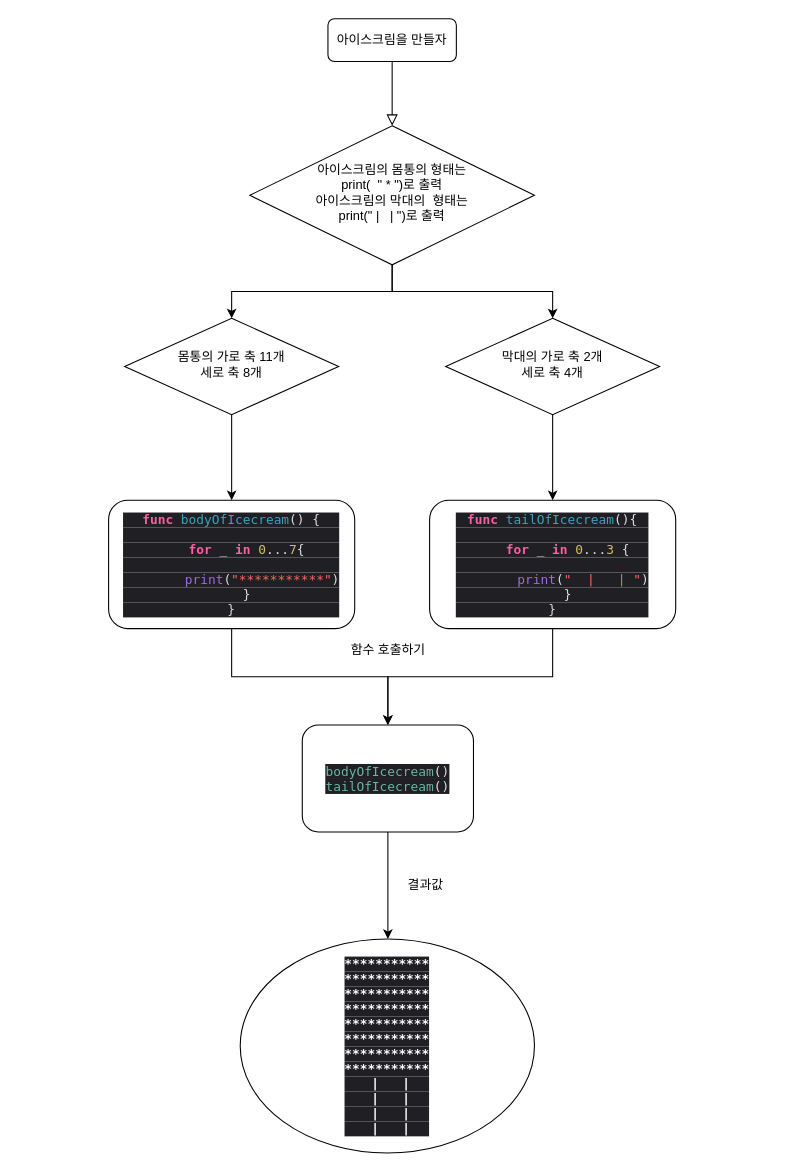
Earlier version of the draw.io diagram icecream.drawio (yagom-academy/swift-starter-Round1). Source tidied: cells renumbered, new cells numbered last; positions are measured from the earlier drawing's top-left corner, leaving out a move shared by most shapes. Both pictures are drawn from the tidied source at 107%, with x=0, y=0 at pixel (108, 18).
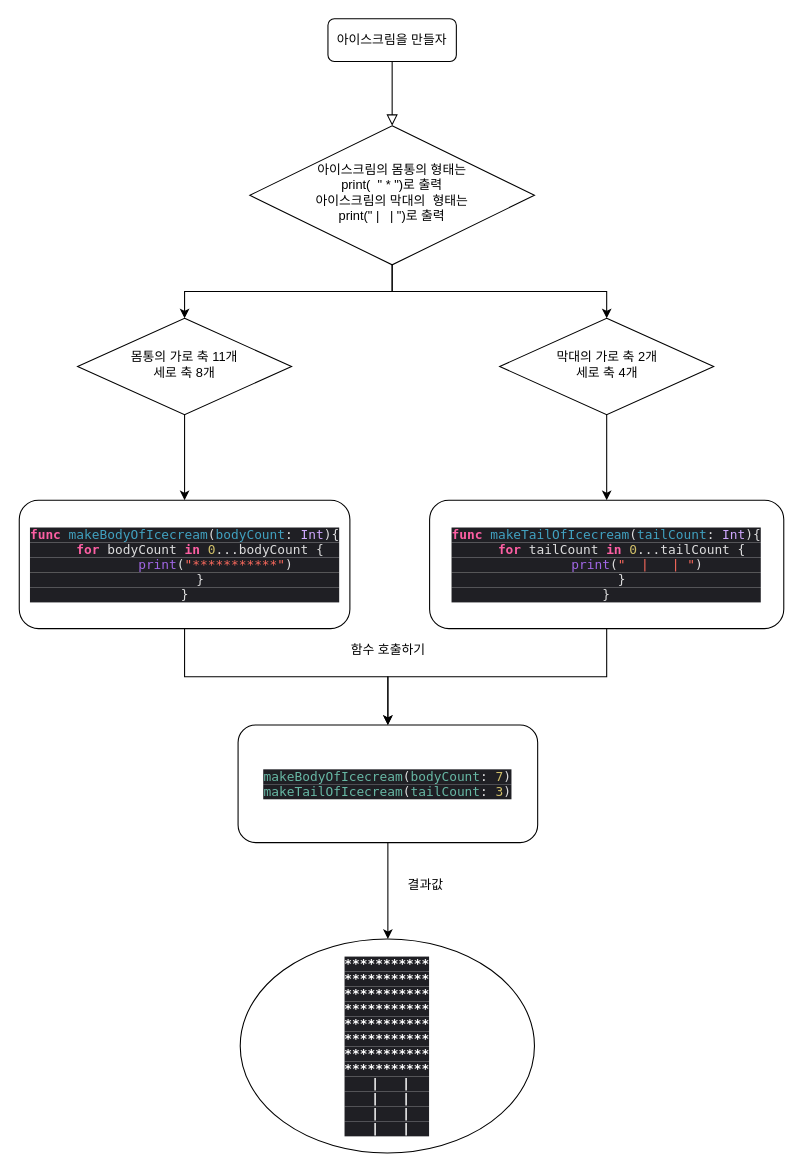
After the change.

The edit, as a diff of the source:
```diff
@@
     <mxCell id="8" value="몸통의 가로 축 11개&lt;br&gt;세로 축 8개" style="rhombus;whiteSpace=wrap;html=1;shadow=0;fontFamily=Helvetica;fontSize=12;align=center;strokeWidth=1;spacing=6;spacingTop=-4;" parent="1" vertex="1">
-      <mxGeometry x="15" y="280" width="200" height="90" as="geometry" />
+      <mxGeometry x="-29" y="280" width="200" height="90" as="geometry" />
     </mxCell>
@@
-    <mxCell id="10" value="&lt;p class=&quot;p1&quot; style=&quot;margin: 0px ; font-stretch: normal ; line-height: normal ; font-family: &amp;#34;menlo&amp;#34; ; color: rgb(65 , 161 , 192) ; background-color: rgb(31 , 31 , 36)&quot;&gt;&lt;span class=&quot;s1&quot; style=&quot;color: rgb(252 , 95 , 163)&quot;&gt;&lt;b&gt;func&lt;/b&gt;&lt;/span&gt;&lt;span class=&quot;s2&quot; style=&quot;color: rgba(255 , 255 , 255 , 0.85)&quot;&gt; &lt;/span&gt;bodyOfIcecream&lt;span class=&quot;s2&quot; style=&quot;color: rgba(255 , 255 , 255 , 0.85)&quot;&gt;() {&lt;/span&gt;&lt;/p&gt;&lt;p class=&quot;p2&quot; style=&quot;margin: 0px ; font-stretch: normal ; line-height: normal ; font-family: &amp;#34;menlo&amp;#34; ; color: rgba(255 , 255 , 255 , 0.85) ; background-color: rgb(31 , 31 , 36) ; min-height: 14px&quot;&gt;&lt;span class=&quot;Apple-converted-space&quot;&gt;&amp;nbsp;&amp;nbsp; &amp;nbsp;&lt;/span&gt;&lt;/p&gt;&lt;p class=&quot;p3&quot; style=&quot;margin: 0px ; font-stretch: normal ; line-height: normal ; font-family: &amp;#34;menlo&amp;#34; ; color: rgba(255 , 255 , 255 , 0.85) ; background-color: rgb(31 , 31 , 36)&quot;&gt;&lt;span class=&quot;Apple-converted-space&quot;&gt;&amp;nbsp; &amp;nbsp; &lt;/span&gt;&lt;span class=&quot;s1&quot; style=&quot;color: rgb(252 , 95 , 163)&quot;&gt;&lt;b&gt;for&lt;/b&gt;&lt;/span&gt; _ &lt;span class=&quot;s1&quot; style=&quot;color: rgb(252 , 95 , 163)&quot;&gt;&lt;b&gt;in&lt;/b&gt;&lt;/span&gt; &lt;span class=&quot;s3&quot; style=&quot;color: rgb(208 , 191 , 105)&quot;&gt;0&lt;/span&gt;...&lt;span class=&quot;s3&quot; style=&quot;color: rgb(208 , 191 , 105)&quot;&gt;7&lt;/span&gt;{&lt;/p&gt;&lt;p class=&quot;p2&quot; style=&quot;margin: 0px ; font-stretch: normal ; line-height: normal ; font-family: &amp;#34;menlo&amp;#34; ; color: rgba(255 , 255 , 255 , 0.85) ; background-color: rgb(31 , 31 , 36) ; min-height: 14px&quot;&gt;&lt;span class=&quot;Apple-converted-space&quot;&gt;&amp;nbsp;&amp;nbsp; &amp;nbsp; &amp;nbsp; &amp;nbsp;&lt;/span&gt;&lt;/p&gt;&lt;p class=&quot;p4&quot; style=&quot;margin: 0px ; font-stretch: normal ; line-height: normal ; font-family: &amp;#34;menlo&amp;#34; ; color: rgb(252 , 106 , 93) ; background-color: rgb(31 , 31 , 36)&quot;&gt;&lt;span class=&quot;s2&quot; style=&quot;color: rgba(255 , 255 , 255 , 0.85)&quot;&gt;&amp;nbsp; &amp;nbsp; &amp;nbsp; &amp;nbsp; &lt;/span&gt;&lt;span class=&quot;s4&quot; style=&quot;color: rgb(161 , 103 , 230)&quot;&gt;print&lt;/span&gt;&lt;span class=&quot;s2&quot; style=&quot;color: rgba(255 , 255 , 255 , 0.85)&quot;&gt;(&lt;/span&gt;&quot;***********&quot;&lt;span class=&quot;s2&quot; style=&quot;color: rgba(255 , 255 , 255 , 0.85)&quot;&gt;)&lt;/span&gt;&lt;/p&gt;&lt;p class=&quot;p3&quot; style=&quot;margin: 0px ; font-stretch: normal ; line-height: normal ; font-family: &amp;#34;menlo&amp;#34; ; color: rgba(255 , 255 , 255 , 0.85) ; background-color: rgb(31 , 31 , 36)&quot;&gt;&lt;span class=&quot;Apple-converted-space&quot;&gt;&amp;nbsp; &amp;nbsp; &lt;/span&gt;}&lt;/p&gt;&lt;p class=&quot;p3&quot; style=&quot;margin: 0px ; font-stretch: normal ; line-height: normal ; font-family: &amp;#34;menlo&amp;#34; ; color: rgba(255 , 255 , 255 , 0.85) ; background-color: rgb(31 , 31 , 36)&quot;&gt;}&lt;/p&gt;" style="rounded=1;whiteSpace=wrap;html=1;fontSize=12;glass=0;strokeWidth=1;shadow=0;" parent="1" vertex="1">
-      <mxGeometry y="450" width="230" height="120" as="geometry" />
+    <mxCell id="10" value="&lt;p class=&quot;p1&quot; style=&quot;margin: 0px ; font-stretch: normal ; line-height: normal ; font-family: &amp;#34;menlo&amp;#34; ; color: rgb(65 , 161 , 192) ; background-color: rgb(31 , 31 , 36)&quot;&gt;&lt;span class=&quot;s1&quot; style=&quot;color: rgb(252 , 95 , 163)&quot;&gt;&lt;b&gt;func&lt;/b&gt;&lt;/span&gt;&lt;span class=&quot;s2&quot; style=&quot;color: rgba(255 , 255 , 255 , 0.85)&quot;&gt; &lt;/span&gt;makeBodyOfIcecream&lt;span class=&quot;s2&quot; style=&quot;color: rgba(255 , 255 , 255 , 0.85)&quot;&gt;(&lt;/span&gt;bodyCount&lt;span class=&quot;s2&quot; style=&quot;color: rgba(255 , 255 , 255 , 0.85)&quot;&gt;: &lt;/span&gt;&lt;span class=&quot;s3&quot; style=&quot;color: rgb(208 , 168 , 255)&quot;&gt;Int&lt;/span&gt;&lt;span class=&quot;s2&quot; style=&quot;color: rgba(255 , 255 , 255 , 0.85)&quot;&gt;){&lt;/span&gt;&lt;/p&gt;&lt;p class=&quot;p2&quot; style=&quot;margin: 0px ; font-stretch: normal ; line-height: normal ; font-family: &amp;#34;menlo&amp;#34; ; color: rgba(255 , 255 , 255 , 0.85) ; background-color: rgb(31 , 31 , 36)&quot;&gt;&lt;span class=&quot;Apple-converted-space&quot;&gt;&amp;nbsp; &amp;nbsp; &lt;/span&gt;&lt;span class=&quot;s1&quot; style=&quot;color: rgb(252 , 95 , 163)&quot;&gt;&lt;b&gt;for&lt;/b&gt;&lt;/span&gt; bodyCount &lt;span class=&quot;s1&quot; style=&quot;color: rgb(252 , 95 , 163)&quot;&gt;&lt;b&gt;in&lt;/b&gt;&lt;/span&gt; &lt;span class=&quot;s4&quot; style=&quot;color: rgb(208 , 191 , 105)&quot;&gt;0&lt;/span&gt;...bodyCount {&lt;/p&gt;&lt;p class=&quot;p3&quot; style=&quot;margin: 0px ; font-stretch: normal ; line-height: normal ; font-family: &amp;#34;menlo&amp;#34; ; color: rgb(252 , 106 , 93) ; background-color: rgb(31 , 31 , 36)&quot;&gt;&lt;span class=&quot;s2&quot; style=&quot;color: rgba(255 , 255 , 255 , 0.85)&quot;&gt;&amp;nbsp; &amp;nbsp; &amp;nbsp; &amp;nbsp; &lt;/span&gt;&lt;span class=&quot;s5&quot; style=&quot;color: rgb(161 , 103 , 230)&quot;&gt;print&lt;/span&gt;&lt;span class=&quot;s2&quot; style=&quot;color: rgba(255 , 255 , 255 , 0.85)&quot;&gt;(&lt;/span&gt;&quot;***********&quot;&lt;span class=&quot;s2&quot; style=&quot;color: rgba(255 , 255 , 255 , 0.85)&quot;&gt;)&lt;/span&gt;&lt;/p&gt;&lt;p class=&quot;p2&quot; style=&quot;margin: 0px ; font-stretch: normal ; line-height: normal ; font-family: &amp;#34;menlo&amp;#34; ; color: rgba(255 , 255 , 255 , 0.85) ; background-color: rgb(31 , 31 , 36)&quot;&gt;&lt;span class=&quot;Apple-converted-space&quot;&gt;&amp;nbsp; &amp;nbsp; &lt;/span&gt;}&lt;/p&gt;&lt;p class=&quot;p2&quot; style=&quot;margin: 0px ; font-stretch: normal ; line-height: normal ; font-family: &amp;#34;menlo&amp;#34; ; color: rgba(255 , 255 , 255 , 0.85) ; background-color: rgb(31 , 31 , 36)&quot;&gt;}&lt;/p&gt;" style="rounded=1;whiteSpace=wrap;html=1;fontSize=12;glass=0;strokeWidth=1;shadow=0;" parent="1" vertex="1">
+      <mxGeometry x="-83.5" y="450" width="309" height="120" as="geometry" />
     </mxCell>
@@
     <mxCell id="12" value="막대의 가로 축 2개&lt;br&gt;세로 축 4개" style="rhombus;whiteSpace=wrap;html=1;shadow=0;strokeWidth=1;spacing=6;spacingTop=-4;" parent="1" vertex="1">
-      <mxGeometry x="315" y="280" width="200" height="90" as="geometry" />
+      <mxGeometry x="365.5" y="280" width="200" height="90" as="geometry" />
     </mxCell>
@@
-    <mxCell id="14" value="&lt;p class=&quot;p1&quot; style=&quot;margin: 0px ; font-stretch: normal ; line-height: normal ; font-family: &amp;#34;menlo&amp;#34; ; color: rgb(65 , 161 , 192) ; background-color: rgb(31 , 31 , 36)&quot;&gt;&lt;span class=&quot;s1&quot; style=&quot;color: rgb(252 , 95 , 163)&quot;&gt;&lt;b&gt;func&lt;/b&gt;&lt;/span&gt;&lt;span class=&quot;s2&quot; style=&quot;color: rgba(255 , 255 , 255 , 0.85)&quot;&gt; &lt;/span&gt;tailOfIcecream&lt;span class=&quot;s2&quot; style=&quot;color: rgba(255 , 255 , 255 , 0.85)&quot;&gt;(){&lt;/span&gt;&lt;/p&gt;&lt;p class=&quot;p2&quot; style=&quot;margin: 0px ; font-stretch: normal ; line-height: normal ; font-family: &amp;#34;menlo&amp;#34; ; color: rgba(255 , 255 , 255 , 0.85) ; background-color: rgb(31 , 31 , 36) ; min-height: 14px&quot;&gt;&lt;span class=&quot;Apple-converted-space&quot;&gt;&amp;nbsp;&amp;nbsp; &amp;nbsp;&lt;/span&gt;&lt;/p&gt;&lt;p class=&quot;p3&quot; style=&quot;margin: 0px ; font-stretch: normal ; line-height: normal ; font-family: &amp;#34;menlo&amp;#34; ; color: rgba(255 , 255 , 255 , 0.85) ; background-color: rgb(31 , 31 , 36)&quot;&gt;&lt;span class=&quot;Apple-converted-space&quot;&gt;&amp;nbsp; &amp;nbsp; &lt;/span&gt;&lt;span class=&quot;s1&quot; style=&quot;color: rgb(252 , 95 , 163)&quot;&gt;&lt;b&gt;for&lt;/b&gt;&lt;/span&gt; _ &lt;span class=&quot;s1&quot; style=&quot;color: rgb(252 , 95 , 163)&quot;&gt;&lt;b&gt;in&lt;/b&gt;&lt;/span&gt; &lt;span class=&quot;s3&quot; style=&quot;color: rgb(208 , 191 , 105)&quot;&gt;0&lt;/span&gt;...&lt;span class=&quot;s3&quot; style=&quot;color: rgb(208 , 191 , 105)&quot;&gt;3&lt;/span&gt; {&lt;/p&gt;&lt;p class=&quot;p2&quot; style=&quot;margin: 0px ; font-stretch: normal ; line-height: normal ; font-family: &amp;#34;menlo&amp;#34; ; color: rgba(255 , 255 , 255 , 0.85) ; background-color: rgb(31 , 31 , 36) ; min-height: 14px&quot;&gt;&lt;span class=&quot;Apple-converted-space&quot;&gt;&amp;nbsp;&amp;nbsp; &amp;nbsp; &amp;nbsp; &amp;nbsp;&lt;/span&gt;&lt;/p&gt;&lt;p class=&quot;p4&quot; style=&quot;margin: 0px ; font-stretch: normal ; line-height: normal ; font-family: &amp;#34;menlo&amp;#34; ; color: rgb(252 , 106 , 93) ; background-color: rgb(31 , 31 , 36)&quot;&gt;&lt;span class=&quot;s2&quot; style=&quot;color: rgba(255 , 255 , 255 , 0.85)&quot;&gt;&amp;nbsp; &amp;nbsp; &amp;nbsp; &amp;nbsp; &lt;/span&gt;&lt;span class=&quot;s4&quot; style=&quot;color: rgb(161 , 103 , 230)&quot;&gt;print&lt;/span&gt;&lt;span class=&quot;s2&quot; style=&quot;color: rgba(255 , 255 , 255 , 0.85)&quot;&gt;(&lt;/span&gt;&quot; &lt;span class=&quot;Apple-converted-space&quot;&gt;&amp;nbsp;&lt;/span&gt;| &lt;span class=&quot;Apple-converted-space&quot;&gt;&amp;nbsp; &lt;/span&gt;| &quot;&lt;span class=&quot;s2&quot; style=&quot;color: rgba(255 , 255 , 255 , 0.85)&quot;&gt;)&lt;/span&gt;&lt;/p&gt;&lt;p class=&quot;p3&quot; style=&quot;margin: 0px ; font-stretch: normal ; line-height: normal ; font-family: &amp;#34;menlo&amp;#34; ; color: rgba(255 , 255 , 255 , 0.85) ; background-color: rgb(31 , 31 , 36)&quot;&gt;&lt;span class=&quot;Apple-converted-space&quot;&gt;&amp;nbsp; &amp;nbsp; &lt;/span&gt;}&lt;/p&gt;&lt;p class=&quot;p3&quot; style=&quot;margin: 0px ; font-stretch: normal ; line-height: normal ; font-family: &amp;#34;menlo&amp;#34; ; color: rgba(255 , 255 , 255 , 0.85) ; background-color: rgb(31 , 31 , 36)&quot;&gt;}&lt;/p&gt;" style="rounded=1;whiteSpace=wrap;html=1;" parent="1" vertex="1">
-      <mxGeometry x="300" y="450" width="230" height="120" as="geometry" />
+    <mxCell id="14" value="&lt;p class=&quot;p1&quot; style=&quot;margin: 0px ; font-stretch: normal ; line-height: normal ; font-family: &amp;#34;menlo&amp;#34; ; color: rgb(65 , 161 , 192) ; background-color: rgb(31 , 31 , 36)&quot;&gt;&lt;span class=&quot;s1&quot; style=&quot;color: rgb(252 , 95 , 163)&quot;&gt;&lt;b&gt;func&lt;/b&gt;&lt;/span&gt;&lt;span class=&quot;s2&quot; style=&quot;color: rgba(255 , 255 , 255 , 0.85)&quot;&gt; &lt;/span&gt;makeTailOfIcecream&lt;span class=&quot;s2&quot; style=&quot;color: rgba(255 , 255 , 255 , 0.85)&quot;&gt;(&lt;/span&gt;tailCount&lt;span class=&quot;s2&quot; style=&quot;color: rgba(255 , 255 , 255 , 0.85)&quot;&gt;: &lt;/span&gt;&lt;span class=&quot;s3&quot; style=&quot;color: rgb(208 , 168 , 255)&quot;&gt;Int&lt;/span&gt;&lt;span class=&quot;s2&quot; style=&quot;color: rgba(255 , 255 , 255 , 0.85)&quot;&gt;){&lt;/span&gt;&lt;/p&gt;&lt;p class=&quot;p2&quot; style=&quot;margin: 0px ; font-stretch: normal ; line-height: normal ; font-family: &amp;#34;menlo&amp;#34; ; color: rgba(255 , 255 , 255 , 0.85) ; background-color: rgb(31 , 31 , 36)&quot;&gt;&lt;span class=&quot;Apple-converted-space&quot;&gt;&amp;nbsp; &amp;nbsp; &lt;/span&gt;&lt;span class=&quot;s1&quot; style=&quot;color: rgb(252 , 95 , 163)&quot;&gt;&lt;b&gt;for&lt;/b&gt;&lt;/span&gt; tailCount &lt;span class=&quot;s1&quot; style=&quot;color: rgb(252 , 95 , 163)&quot;&gt;&lt;b&gt;in&lt;/b&gt;&lt;/span&gt; &lt;span class=&quot;s4&quot; style=&quot;color: rgb(208 , 191 , 105)&quot;&gt;0&lt;/span&gt;...tailCount {&lt;/p&gt;&lt;p class=&quot;p2&quot; style=&quot;margin: 0px ; font-stretch: normal ; line-height: normal ; font-family: &amp;#34;menlo&amp;#34; ; color: rgba(255 , 255 , 255 , 0.85) ; background-color: rgb(31 , 31 , 36)&quot;&gt;&lt;span class=&quot;Apple-converted-space&quot;&gt;&amp;nbsp; &amp;nbsp; &amp;nbsp; &amp;nbsp; &lt;/span&gt;&lt;span class=&quot;s5&quot; style=&quot;color: rgb(161 , 103 , 230)&quot;&gt;print&lt;/span&gt;(&lt;span class=&quot;s6&quot; style=&quot;color: rgb(252 , 106 , 93)&quot;&gt;&quot;&lt;span class=&quot;Apple-converted-space&quot;&gt;&amp;nbsp; &lt;/span&gt;| &lt;span class=&quot;Apple-converted-space&quot;&gt;&amp;nbsp; &lt;/span&gt;| &quot;&lt;/span&gt;)&lt;/p&gt;&lt;p class=&quot;p2&quot; style=&quot;margin: 0px ; font-stretch: normal ; line-height: normal ; font-family: &amp;#34;menlo&amp;#34; ; color: rgba(255 , 255 , 255 , 0.85) ; background-color: rgb(31 , 31 , 36)&quot;&gt;&lt;span class=&quot;Apple-converted-space&quot;&gt;&amp;nbsp; &amp;nbsp; &lt;/span&gt;}&lt;/p&gt;&lt;p class=&quot;p2&quot; style=&quot;margin: 0px ; font-stretch: normal ; line-height: normal ; font-family: &amp;#34;menlo&amp;#34; ; color: rgba(255 , 255 , 255 , 0.85) ; background-color: rgb(31 , 31 , 36)&quot;&gt;}&lt;/p&gt;" style="rounded=1;whiteSpace=wrap;html=1;" parent="1" vertex="1">
+      <mxGeometry x="300" y="450" width="331" height="120" as="geometry" />
     </mxCell>
@@
-    <mxCell id="16" value="&lt;p class=&quot;p1&quot; style=&quot;margin: 0px ; font-stretch: normal ; line-height: normal ; font-family: &amp;#34;menlo&amp;#34; ; color: rgb(103 , 183 , 164) ; background-color: rgb(31 , 31 , 36)&quot;&gt;bodyOfIcecream&lt;span class=&quot;s1&quot; style=&quot;color: rgba(255 , 255 , 255 , 0.85)&quot;&gt;()&lt;/span&gt;&lt;/p&gt;&lt;p class=&quot;p1&quot; style=&quot;margin: 0px ; font-stretch: normal ; line-height: normal ; font-family: &amp;#34;menlo&amp;#34; ; color: rgb(103 , 183 , 164) ; background-color: rgb(31 , 31 , 36)&quot;&gt;tailOfIcecream&lt;span class=&quot;s1&quot; style=&quot;color: rgba(255 , 255 , 255 , 0.85)&quot;&gt;()&lt;/span&gt;&lt;/p&gt;" style="whiteSpace=wrap;html=1;rounded=1;glass=0;strokeWidth=1;shadow=0;" parent="1" vertex="1">
-      <mxGeometry x="181" y="660" width="160" height="100" as="geometry" />
+    <mxCell id="16" value="&lt;p class=&quot;p1&quot; style=&quot;margin: 0px ; font-stretch: normal ; line-height: normal ; font-family: &amp;#34;menlo&amp;#34; ; color: rgb(103 , 183 , 164) ; background-color: rgb(31 , 31 , 36)&quot;&gt;makeBodyOfIcecream&lt;span class=&quot;s1&quot; style=&quot;color: rgba(255 , 255 , 255 , 0.85)&quot;&gt;(&lt;/span&gt;bodyCount&lt;span class=&quot;s1&quot; style=&quot;color: rgba(255 , 255 , 255 , 0.85)&quot;&gt;: &lt;/span&gt;&lt;span class=&quot;s2&quot; style=&quot;color: rgb(208 , 191 , 105)&quot;&gt;7&lt;/span&gt;&lt;span class=&quot;s1&quot; style=&quot;color: rgba(255 , 255 , 255 , 0.85)&quot;&gt;)&lt;/span&gt;&lt;/p&gt;&lt;p class=&quot;p1&quot; style=&quot;margin: 0px ; font-stretch: normal ; line-height: normal ; font-family: &amp;#34;menlo&amp;#34; ; color: rgb(103 , 183 , 164) ; background-color: rgb(31 , 31 , 36)&quot;&gt;makeTailOfIcecream&lt;span class=&quot;s1&quot; style=&quot;color: rgba(255 , 255 , 255 , 0.85)&quot;&gt;(&lt;/span&gt;tailCount&lt;span class=&quot;s1&quot; style=&quot;color: rgba(255 , 255 , 255 , 0.85)&quot;&gt;: &lt;/span&gt;&lt;span class=&quot;s2&quot; style=&quot;color: rgb(208 , 191 , 105)&quot;&gt;3&lt;/span&gt;&lt;span class=&quot;s1&quot; style=&quot;color: rgba(255 , 255 , 255 , 0.85)&quot;&gt;)&lt;/span&gt;&lt;/p&gt;" style="whiteSpace=wrap;html=1;rounded=1;glass=0;strokeWidth=1;shadow=0;" parent="1" vertex="1">
+      <mxGeometry x="121" y="660" width="280" height="110" as="geometry" />
     </mxCell>
```
